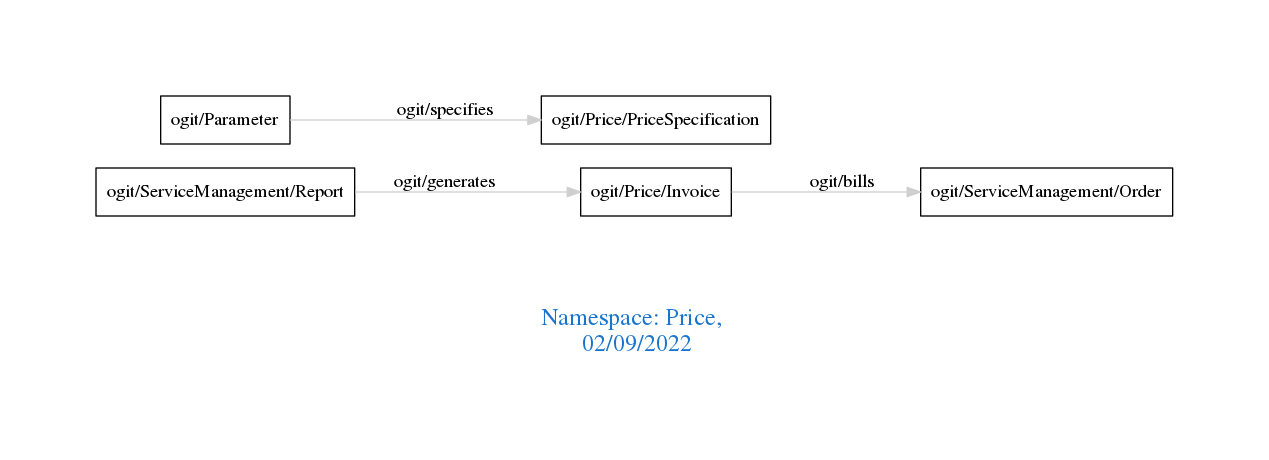
The Graphviz diagram downloads/Price.png in arago/OGIT, before a commit. Its source is kept beside it as downloads/Price.dot.
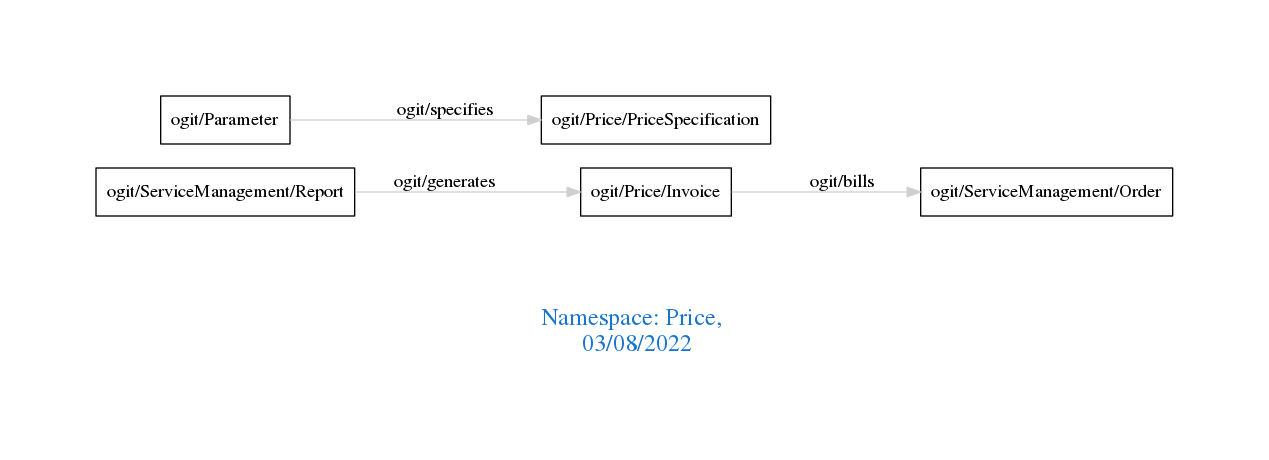
After the commit.

The edit, as a diff of the source:
```diff
@@ -1,7 +1,7 @@
 digraph OGIT_ontology {
  graph [ rankdir= LR,pad=1
 fontsize = 18,
-fontcolor= dodgerblue3,label = "\n\n\nNamespace: Price, \n 02/09/2022"];
+fontcolor= dodgerblue3,label = "\n\n\nNamespace: Price, \n 03/08/2022"];
 node[shape=polygon];
 edge [  color="gray81"];
 
```
